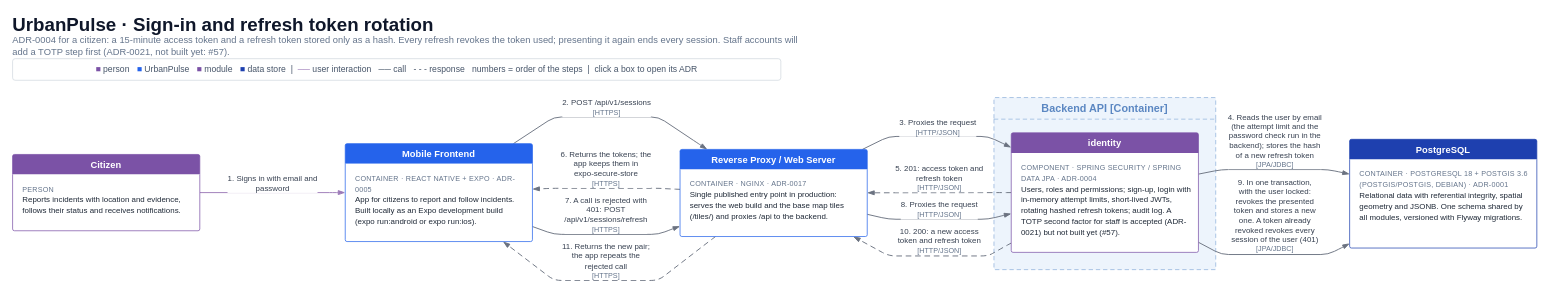
Above: page "9 · Sign-in and refresh token rotation" (9 of 10) of docs/architecture/UrbanPulse-C4.drawio in Dalibex/urban-incidence-manager (draw.io), before the change. Source tidied: cells renumbered, new cells numbered last; positions are measured from the earlier drawing's top-left corner, leaving out a move shared by most shapes. Both pictures are drawn from the tidied source at 72%, with x=0, y=0 at pixel (12, 12).
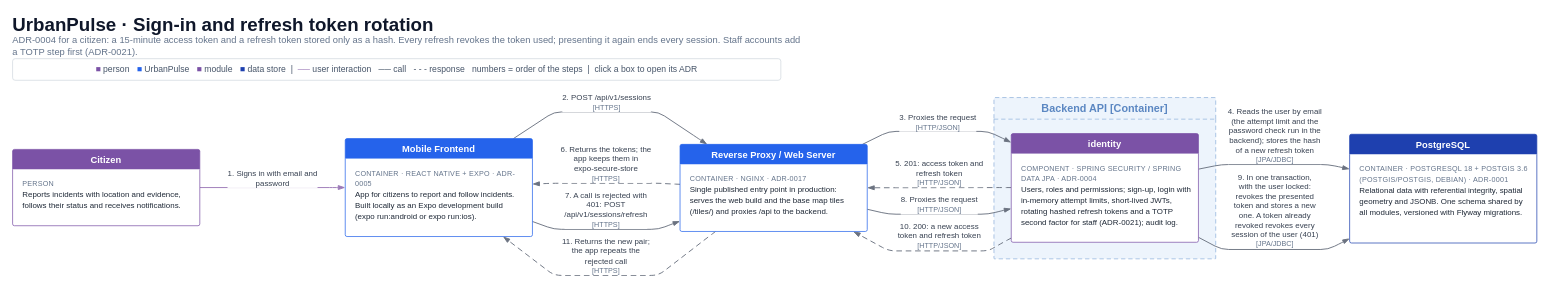
Above is the later version.

Change to the diagram source:
```diff
@@
-    <mxCell id="3" value="ADR-0004 for a citizen: a 15-minute access token and a refresh token stored only as a hash. Every refresh revokes the token used; presenting it again ends every session. Staff accounts will add a TOTP step first (ADR-0021, not built yet: #57)." style="text;html=1;whiteSpace=wrap;align=left;verticalAlign=middle;fontFamily=Helvetica;fontSize=13;fontColor=#64748B;spacing=0;" parent="1" vertex="1">
+    <mxCell id="3" value="ADR-0004 for a citizen: a 15-minute access token and a refresh token stored only as a hash. Every refresh revokes the token used; presenting it again ends every session. Staff accounts add a TOTP step first (ADR-0021)." style="text;html=1;whiteSpace=wrap;align=left;verticalAlign=middle;fontFamily=Helvetica;fontSize=13;fontColor=#64748B;spacing=0;" parent="1" vertex="1">
       <mxGeometry y="36" width="1100" height="20" as="geometry" />
     </mxCell>
@@
     <mxCell id="5" value="Backend API  [Container]" style="swimlane;html=1;whiteSpace=wrap;rounded=1;arcSize=1;dashed=1;dashPattern=6 4;startSize=30;fillColor=#EDF4FC;swimlaneFillColor=#EDF4FC;strokeColor=#8DB0DB;fontColor=#5B87C2;fontFamily=Helvetica;fontSize=15;fontStyle=1;" parent="1" vertex="1">
-      <mxGeometry x="1363" y="118" width="308" height="239" as="geometry" />
+      <mxGeometry x="1363" y="118" width="308" height="224" as="geometry" />
     </mxCell>
     <mxCell id="6" value="1. Signs in with email and&lt;br&gt;password" style="edgeStyle=none;rounded=1;arcSize=20;html=1;strokeColor=#9C7AB8;strokeWidth=1.3;endArrow=blockThin;endFill=1;endSize=7;fontFamily=Helvetica;fontSize=11;fontColor=#374151;labelBackgroundColor=#FFFFFF;spacing=2;" parent="1" edge="1" source="17" target="19">
       <mxGeometry relative="1" as="geometry">
         <Array as="points">
-          <mxPoint x="450" y="250" />
+          <mxPoint x="450" y="243" />
         </Array>
         <mxPoint y="-13" as="offset" />
       </mxGeometry>
     </mxCell>
     <mxCell id="7" value="2. POST /api/v1/sessions&lt;br&gt;&lt;font style=&quot;font-size:10px&quot; color=&quot;#64748B&quot;&gt;[HTTPS]&lt;/font&gt;" style="edgeStyle=none;rounded=1;arcSize=20;html=1;strokeColor=#6b7280;strokeWidth=1.3;endArrow=blockThin;endFill=1;endSize=7;fontFamily=Helvetica;fontSize=11;fontColor=#374151;labelBackgroundColor=#FFFFFF;spacing=2;" parent="1" edge="1" source="19" target="25">
       <mxGeometry relative="1" as="geometry">
         <Array as="points">
-          <mxPoint x="752" y="145" />
-          <mxPoint x="897" y="145" />
-          <mxPoint x="954" y="183" />
+          <mxPoint x="752" y="138" />
+          <mxPoint x="897" y="138" />
+          <mxPoint x="954" y="176" />
         </Array>
         <mxPoint x="-7" y="-13" as="offset" />
       </mxGeometry>
     </mxCell>
     <mxCell id="8" value="3. Proxies the request&lt;br&gt;&lt;font style=&quot;font-size:10px&quot; color=&quot;#64748B&quot;&gt;[HTTP/JSON]&lt;/font&gt;" style="edgeStyle=none;rounded=1;arcSize=20;html=1;strokeColor=#6b7280;strokeWidth=1.3;endArrow=blockThin;endFill=1;endSize=7;fontFamily=Helvetica;fontSize=11;fontColor=#374151;labelBackgroundColor=#FFFFFF;spacing=2;" parent="1" edge="1" source="25" target="21">
       <mxGeometry relative="1" as="geometry">
         <Array as="points">
-          <mxPoint x="1217" y="172" />
-          <mxPoint x="1355" y="172" />
-          <mxPoint x="1376" y="182" />
+          <mxPoint x="1217" y="165" />
+          <mxPoint x="1355" y="165" />
+          <mxPoint x="1376" y="175" />
         </Array>
         <mxPoint x="2" y="-13" as="offset" />
       </mxGeometry>
     </mxCell>
     <mxCell id="9" value="4. Reads the user by email&lt;br&gt;(the attempt limit and the&lt;br&gt;password check run in the&lt;br&gt;backend); stores the hash&lt;br&gt;of a new refresh token&lt;br&gt;&lt;font style=&quot;font-size:10px&quot; color=&quot;#64748B&quot;&gt;[JPA/JDBC]&lt;/font&gt;" style="edgeStyle=none;rounded=1;arcSize=20;html=1;strokeColor=#6b7280;strokeWidth=1.3;endArrow=blockThin;endFill=1;endSize=7;fontFamily=Helvetica;fontSize=11;fontColor=#374151;labelBackgroundColor=#FFFFFF;spacing=2;" parent="1" edge="1" source="21" target="23">
       <mxGeometry relative="1" as="geometry">
         <Array as="points">
-          <mxPoint x="1679" y="218" />
-          <mxPoint x="1827" y="218" />
-          <mxPoint x="1846" y="222" />
+          <mxPoint x="1679" y="211" />
+          <mxPoint x="1827" y="211" />
+          <mxPoint x="1846" y="215" />
         </Array>
         <mxPoint x="1" y="-40" as="offset" />
       </mxGeometry>
     </mxCell>
     <mxCell id="10" value="5. 201: access token and&lt;br&gt;refresh token&lt;br&gt;&lt;font style=&quot;font-size:10px&quot; color=&quot;#64748B&quot;&gt;[HTTP/JSON]&lt;/font&gt;" style="edgeStyle=none;rounded=1;arcSize=20;html=1;strokeColor=#6b7280;strokeWidth=1.3;endArrow=blockThin;endFill=1;endSize=7;dashed=1;dashPattern=6 4;fontFamily=Helvetica;fontSize=11;fontColor=#374151;labelBackgroundColor=#FFFFFF;spacing=2;" parent="1" edge="1" source="21" target="25">
       <mxGeometry relative="1" as="geometry">
         <Array as="points">
-          <mxPoint x="1375" y="250" />
+          <mxPoint x="1375" y="243" />
         </Array>
         <mxPoint y="-20" as="offset" />
       </mxGeometry>
     </mxCell>
     <mxCell id="11" value="6. Returns the tokens; the&lt;br&gt;app keeps them in&lt;br&gt;expo-secure-store&lt;br&gt;&lt;font style=&quot;font-size:10px&quot; color=&quot;#64748B&quot;&gt;[HTTPS]&lt;/font&gt;" style="edgeStyle=none;rounded=1;arcSize=20;html=1;strokeColor=#6b7280;strokeWidth=1.3;endArrow=blockThin;endFill=1;endSize=7;dashed=1;dashPattern=6 4;fontFamily=Helvetica;fontSize=11;fontColor=#374151;labelBackgroundColor=#FFFFFF;spacing=2;" parent="1" edge="1" source="25" target="19">
       <mxGeometry relative="1" as="geometry">
         <Array as="points">
-          <mxPoint x="915" y="245" />
-          <mxPoint x="897" y="244" />
-          <mxPoint x="752" y="244" />
+          <mxPoint x="915" y="238" />
+          <mxPoint x="897" y="237" />
+          <mxPoint x="752" y="237" />
         </Array>
         <mxPoint y="-27" as="offset" />
       </mxGeometry>
     </mxCell>
     <mxCell id="12" value="7. A call is rejected with&lt;br&gt;401: POST&lt;br&gt;/api/v1/sessions/refresh&lt;br&gt;&lt;font style=&quot;font-size:10px&quot; color=&quot;#64748B&quot;&gt;[HTTPS]&lt;/font&gt;" style="edgeStyle=none;rounded=1;arcSize=20;html=1;strokeColor=#6b7280;strokeWidth=1.3;endArrow=blockThin;endFill=1;endSize=7;fontFamily=Helvetica;fontSize=11;fontColor=#374151;labelBackgroundColor=#FFFFFF;spacing=2;" parent="1" edge="1" source="19" target="25">
       <mxGeometry relative="1" as="geometry">
         <Array as="points">
-          <mxPoint x="752" y="308" />
-          <mxPoint x="897" y="308" />
-          <mxPoint x="915" y="301" />
+          <mxPoint x="752" y="301" />
+          <mxPoint x="897" y="301" />
+          <mxPoint x="915" y="294" />
         </Array>
         <mxPoint y="-27" as="offset" />
       </mxGeometry>
     </mxCell>
     <mxCell id="13" value="8. Proxies the request&lt;br&gt;&lt;font style=&quot;font-size:10px&quot; color=&quot;#64748B&quot;&gt;[HTTP/JSON]&lt;/font&gt;" style="edgeStyle=none;rounded=1;arcSize=20;html=1;strokeColor=#6b7280;strokeWidth=1.3;endArrow=blockThin;endFill=1;endSize=7;fontFamily=Helvetica;fontSize=11;fontColor=#374151;labelBackgroundColor=#FFFFFF;spacing=2;" parent="1" edge="1" source="25" target="21">
       <mxGeometry relative="1" as="geometry">
         <Array as="points">
-          <mxPoint x="1217" y="287" />
-          <mxPoint x="1355" y="287" />
-          <mxPoint x="1375" y="282" />
+          <mxPoint x="1217" y="280" />
+          <mxPoint x="1355" y="280" />
+          <mxPoint x="1375" y="275" />
         </Array>
         <mxPoint y="-13" as="offset" />
       </mxGeometry>
     </mxCell>
     <mxCell id="14" value="9. In one transaction,&lt;br&gt;with the user locked:&lt;br&gt;revokes the presented&lt;br&gt;token and stores a new&lt;br&gt;one. A token already&lt;br&gt;revoked revokes every&lt;br&gt;session of the user (401)&lt;br&gt;&lt;font style=&quot;font-size:10px&quot; color=&quot;#64748B&quot;&gt;[JPA/JDBC]&lt;/font&gt;" style="edgeStyle=none;rounded=1;arcSize=20;html=1;strokeColor=#6b7280;strokeWidth=1.3;endArrow=blockThin;endFill=1;endSize=7;fontFamily=Helvetica;fontSize=11;fontColor=#374151;labelBackgroundColor=#FFFFFF;spacing=2;" parent="1" edge="1" source="21" target="23">
       <mxGeometry relative="1" as="geometry">
         <Array as="points">
-          <mxPoint x="1679" y="336" />
-          <mxPoint x="1827" y="336" />
-          <mxPoint x="1847" y="326" />
+          <mxPoint x="1679" y="329" />
+          <mxPoint x="1827" y="329" />
+          <mxPoint x="1847" y="319" />
         </Array>
         <mxPoint x="1" y="-54" as="offset" />
       </mxGeometry>
     </mxCell>
     <mxCell id="15" value="10. 200: a new access&lt;br&gt;token and refresh token&lt;br&gt;&lt;font style=&quot;font-size:10px&quot; color=&quot;#64748B&quot;&gt;[HTTP/JSON]&lt;/font&gt;" style="edgeStyle=none;rounded=1;arcSize=20;html=1;strokeColor=#6b7280;strokeWidth=1.3;endArrow=blockThin;endFill=1;endSize=7;dashed=1;dashPattern=6 4;fontFamily=Helvetica;fontSize=11;fontColor=#374151;labelBackgroundColor=#FFFFFF;spacing=2;" parent="1" edge="1" source="21" target="25">
       <mxGeometry relative="1" as="geometry">
         <Array as="points">
-          <mxPoint x="1376" y="326" />
-          <mxPoint x="1355" y="338" />
-          <mxPoint x="1217" y="338" />
+          <mxPoint x="1376" y="319" />
+          <mxPoint x="1355" y="331" />
+          <mxPoint x="1217" y="331" />
         </Array>
         <mxPoint x="10" y="-21" as="offset" />
       </mxGeometry>
     </mxCell>
     <mxCell id="16" value="11. Returns the new pair;&lt;br&gt;the app repeats the&lt;br&gt;rejected call&lt;br&gt;&lt;font style=&quot;font-size:10px&quot; color=&quot;#64748B&quot;&gt;[HTTPS]&lt;/font&gt;" style="edgeStyle=none;rounded=1;arcSize=20;html=1;strokeColor=#6b7280;strokeWidth=1.3;endArrow=blockThin;endFill=1;endSize=7;dashed=1;dashPattern=6 4;fontFamily=Helvetica;fontSize=11;fontColor=#374151;labelBackgroundColor=#FFFFFF;spacing=2;" parent="1" edge="1" source="25" target="19">
       <mxGeometry relative="1" as="geometry">
         <Array as="points">
-          <mxPoint x="967" y="318" />
-          <mxPoint x="897" y="372" />
-          <mxPoint x="752" y="372" />
+          <mxPoint x="967" y="311" />
+          <mxPoint x="897" y="365" />
+          <mxPoint x="752" y="365" />
         </Array>
         <mxPoint x="-6" y="-27" as="offset" />
       </mxGeometry>
     </mxCell>
     <mxCell id="17" value="Citizen" style="swimlane;html=1;whiteSpace=wrap;rounded=1;arcSize=3;startSize=28;fillColor=#7b52a6;swimlaneFillColor=#FFFFFF;strokeColor=#7b52a6;fontColor=#ffffff;fontFamily=Helvetica;fontSize=13;fontStyle=1;swimlaneLine=0;" parent="1" vertex="1">
-      <mxGeometry y="197" width="260" height="106" as="geometry" />
+      <mxGeometry y="190" width="260" height="106" as="geometry" />
     </mxCell>
@@
     <mxCell id="19" value="Mobile Frontend" style="swimlane;html=1;whiteSpace=wrap;rounded=1;arcSize=3;startSize=28;fillColor=#2563eb;swimlaneFillColor=#FFFFFF;strokeColor=#2563eb;fontColor=#ffffff;fontFamily=Helvetica;fontSize=13;fontStyle=1;swimlaneLine=0;" parent="1" vertex="1">
-      <mxGeometry x="462" y="182" width="260" height="136" as="geometry" />
+      <mxGeometry x="462" y="175" width="260" height="136" as="geometry" />
     </mxCell>
@@
     <mxCell id="21" value="identity" style="swimlane;html=1;whiteSpace=wrap;rounded=1;arcSize=3;startSize=28;fillColor=#7b52a6;swimlaneFillColor=#FFFFFF;strokeColor=#7b52a6;fontColor=#ffffff;fontFamily=Helvetica;fontSize=13;fontStyle=1;swimlaneLine=0;" parent="1" vertex="1">
-      <mxGeometry x="1387" y="167" width="260" height="166" as="geometry" />
+      <mxGeometry x="1387" y="168" width="260" height="151" as="geometry" />
     </mxCell>
-    <mxCell id="22" value="&lt;div style=&quot;color:#64748B;font-size:10px;line-height:15px;letter-spacing:0.3px;&quot;&gt;COMPONENT · SPRING SECURITY / SPRING DATA JPA · ADR-0004&lt;/div&gt;&lt;div style=&quot;line-height:15px;&quot;&gt;Users, roles and permissions; sign-up, login with in-memory attempt limits, short-lived JWTs, rotating hashed refresh tokens; audit log. A TOTP second factor for staff is accepted (ADR-0021) but not built yet (#57).&lt;/div&gt;" style="text;html=1;whiteSpace=wrap;align=left;verticalAlign=top;fontFamily=Helvetica;fontSize=11;fontColor=#1F2937;spacingLeft=12;spacingRight=10;spacingTop=6;" parent="21" vertex="1">
-      <mxGeometry y="28" width="260" height="138" as="geometry" />
+    <mxCell id="22" value="&lt;div style=&quot;color:#64748B;font-size:10px;line-height:15px;letter-spacing:0.3px;&quot;&gt;COMPONENT · SPRING SECURITY / SPRING DATA JPA · ADR-0004&lt;/div&gt;&lt;div style=&quot;line-height:15px;&quot;&gt;Users, roles and permissions; sign-up, login with in-memory attempt limits, short-lived JWTs, rotating hashed refresh tokens and a TOTP second factor for staff (ADR-0021); audit log.&lt;/div&gt;" style="text;html=1;whiteSpace=wrap;align=left;verticalAlign=top;fontFamily=Helvetica;fontSize=11;fontColor=#1F2937;spacingLeft=12;spacingRight=10;spacingTop=6;" parent="21" vertex="1">
+      <mxGeometry y="28" width="260" height="123" as="geometry" />
     </mxCell>
     <mxCell id="23" value="PostgreSQL" style="swimlane;html=1;whiteSpace=wrap;rounded=1;arcSize=3;startSize=28;fillColor=#1e40af;swimlaneFillColor=#FFFFFF;strokeColor=#1e40af;fontColor=#ffffff;fontFamily=Helvetica;fontSize=13;fontStyle=1;swimlaneLine=0;" parent="1" vertex="1">
-      <mxGeometry x="1857" y="176" width="260" height="151" as="geometry" />
+      <mxGeometry x="1857" y="169" width="260" height="151" as="geometry" />
     </mxCell>
@@
     <mxCell id="25" value="Reverse Proxy / Web Server" style="swimlane;html=1;whiteSpace=wrap;rounded=1;arcSize=3;startSize=28;fillColor=#2563eb;swimlaneFillColor=#FFFFFF;strokeColor=#2563eb;fontColor=#ffffff;fontFamily=Helvetica;fontSize=13;fontStyle=1;swimlaneLine=0;" parent="1" vertex="1">
-      <mxGeometry x="927" y="190" width="260" height="121" as="geometry" />
+      <mxGeometry x="927" y="183" width="260" height="121" as="geometry" />
     </mxCell>
```
